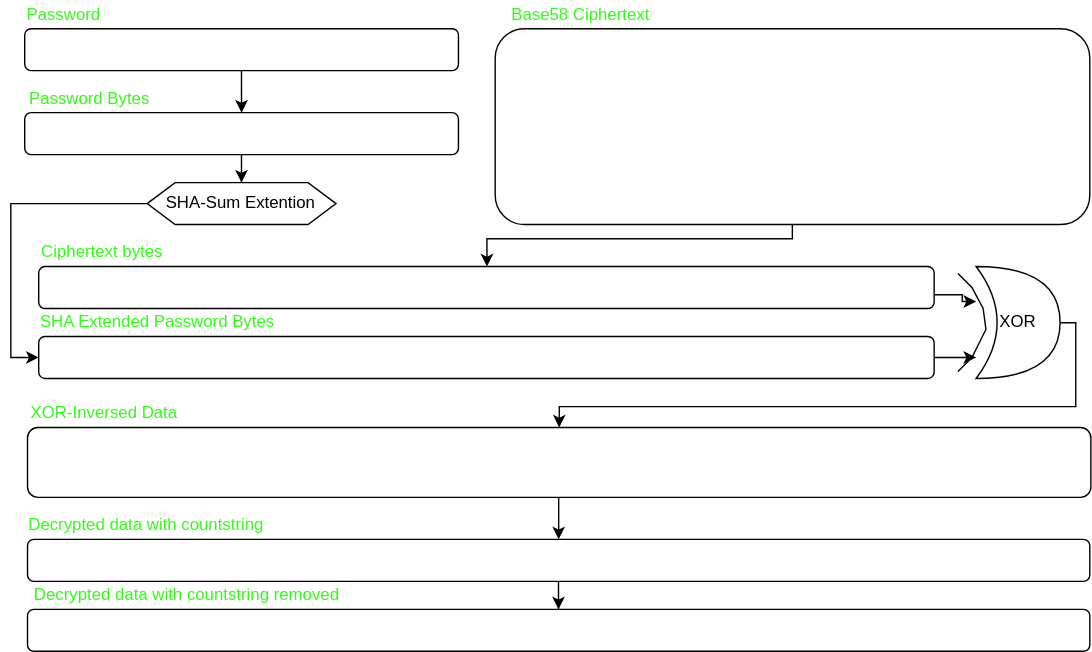
Above: aes256cbc/obf_1_decrypt_flowchart.drawio.svg in lenron/trustnet (draw.io), before the change. Source tidied: cells renumbered, new cells last; positions are measured from the earlier drawing's top-left corner, leaving out a move shared by most shapes.
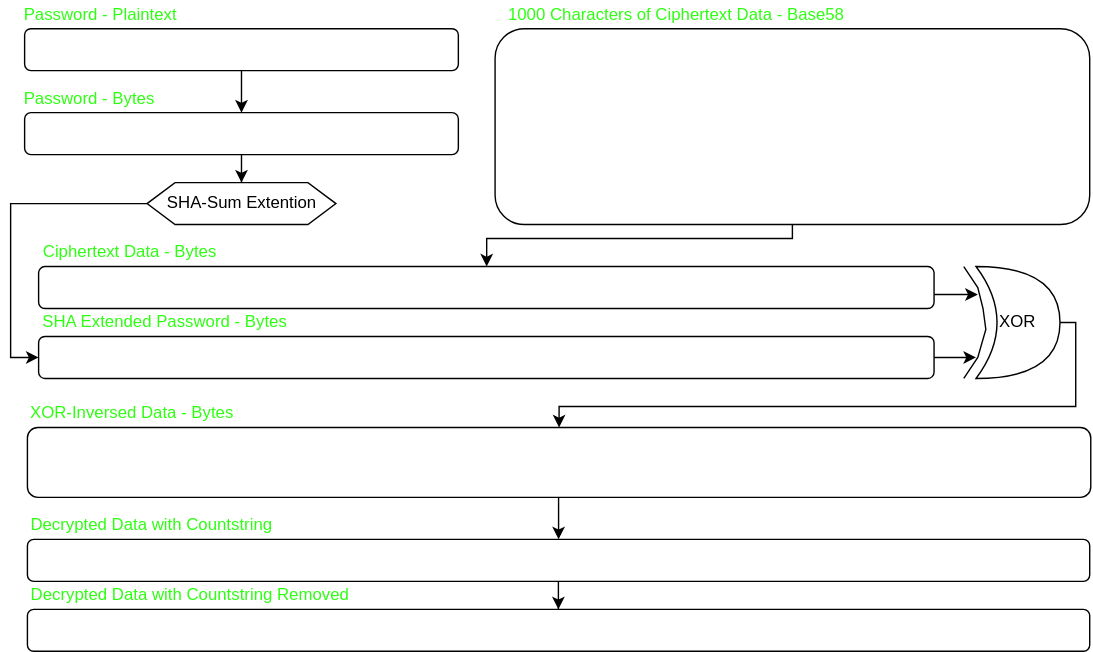
Later version of the same file.

Diff of the diagram source:
```diff
@@ -8,11 +8,11 @@
     <mxCell id="3" style="rounded=1;whiteSpace=wrap;html=1;" parent="1" vertex="1">
       <mxGeometry x="9.9" y="20" width="310" height="30" as="geometry" />
     </mxCell>
-    <mxCell id="4" value="&lt;font style=&quot;color: light-dark(rgb(46, 255, 18), rgb(46, 255, 18));&quot;&gt;Password&lt;/font&gt;" style="text;html=1;align=center;verticalAlign=middle;whiteSpace=wrap;rounded=0;" parent="1" vertex="1">
-      <mxGeometry x="7.9" width="60" height="20" as="geometry" />
+    <mxCell id="4" value="&lt;font style=&quot;color: light-dark(rgb(46, 255, 18), rgb(46, 255, 18));&quot;&gt;Password - Plaintext&lt;/font&gt;" style="text;html=1;align=center;verticalAlign=middle;whiteSpace=wrap;rounded=0;" parent="1" vertex="1">
+      <mxGeometry x="7.9" width="113.2" height="20" as="geometry" />
     </mxCell>
-    <mxCell id="5" value="&lt;font style=&quot;color: light-dark(rgb(46, 255, 18), rgb(46, 255, 18));&quot;&gt;SHA Extended Password Bytes&lt;/font&gt;" style="text;html=1;align=center;verticalAlign=middle;whiteSpace=wrap;rounded=0;" parent="1" vertex="1">
-      <mxGeometry x="19.9" y="220" width="170" height="20" as="geometry" />
+    <mxCell id="5" value="&lt;font style=&quot;color: light-dark(rgb(46, 255, 18), rgb(46, 255, 18));&quot;&gt;SHA Extended Password - Bytes&lt;/font&gt;" style="text;html=1;align=center;verticalAlign=middle;whiteSpace=wrap;rounded=0;" parent="1" vertex="1">
+      <mxGeometry x="19.9" y="220" width="181.2" height="20" as="geometry" />
     </mxCell>
     <mxCell id="6" style="edgeStyle=orthogonalEdgeStyle;rounded=0;jettySize=auto;html=1;entryX=0.5;entryY=0;entryDx=0;entryDy=0;" parent="1" edge="1" source="7" target="29">
       <mxGeometry relative="1" as="geometry">
@@ -28,20 +28,20 @@
     </mxCell>
     <mxCell id="8" style="endArrow=none;html=1;rounded=0;" parent="1" edge="1">
       <mxGeometry relative="1" as="geometry">
-        <mxPoint x="676.9" y="265" as="sourcePoint" />
-        <mxPoint x="676.9" y="195" as="targetPoint" />
+        <mxPoint x="681.2" y="270" as="sourcePoint" />
+        <mxPoint x="681.2" y="190" as="targetPoint" />
         <Array as="points">
-          <mxPoint x="686.9" y="255" />
+          <mxPoint x="691.2" y="255" />
           <mxPoint x="696.9" y="235" />
           <mxPoint x="694.9" y="220" />
-          <mxPoint x="686.9" y="205" />
+          <mxPoint x="691.2" y="205" />
         </Array>
       </mxGeometry>
     </mxCell>
     <mxCell id="9" style="edgeStyle=orthogonalEdgeStyle;rounded=0;jettySize=auto;html=1;" parent="1" edge="1" source="10" target="16">
       <mxGeometry relative="1" as="geometry">
         <Array as="points">
-          <mxPoint x="558.2" y="170" />
+          <mxPoint x="559.2" y="170" />
           <mxPoint x="340.2" y="170" />
         </Array>
       </mxGeometry>
@@ -49,11 +49,11 @@
     <mxCell id="10" style="rounded=1;whiteSpace=wrap;html=1;" parent="1" vertex="1">
       <mxGeometry x="346.2" y="20" width="425" height="140" as="geometry" />
     </mxCell>
-    <mxCell id="11" value="&lt;font style=&quot;color: light-dark(rgb(46, 255, 18), rgb(46, 255, 18));&quot;&gt;Base58 Ciphertext&lt;/font&gt;" style="text;html=1;align=center;verticalAlign=middle;whiteSpace=wrap;rounded=0;" parent="1" vertex="1">
-      <mxGeometry x="357.4" width="101.2" height="20" as="geometry" />
+    <mxCell id="11" value="&lt;font style=&quot;color: light-dark(rgb(46, 255, 18), rgb(46, 255, 18));&quot;&gt;1000 Characters of Ciphertext Data - Base58&lt;/font&gt;" style="text;html=1;align=center;verticalAlign=middle;whiteSpace=wrap;rounded=0;" parent="1" vertex="1">
+      <mxGeometry x="351.2" width="250" height="20" as="geometry" />
     </mxCell>
-    <mxCell id="12" value="&lt;font style=&quot;color: light-dark(rgb(46, 255, 18), rgb(46, 255, 18));&quot;&gt;Ciphertext bytes&lt;/font&gt;" style="text;html=1;align=center;verticalAlign=middle;whiteSpace=wrap;rounded=0;" parent="1" vertex="1">
-      <mxGeometry x="19.9" y="170" width="91.2" height="20" as="geometry" />
+    <mxCell id="12" value="&lt;font style=&quot;color: light-dark(rgb(46, 255, 18), rgb(46, 255, 18));&quot;&gt;Ciphertext Data - Bytes&lt;/font&gt;" style="text;html=1;align=center;verticalAlign=middle;whiteSpace=wrap;rounded=0;" parent="1" vertex="1">
+      <mxGeometry x="19.9" y="170" width="131.2" height="20" as="geometry" />
     </mxCell>
     <mxCell id="13" style="edgeStyle=orthogonalEdgeStyle;rounded=0;jettySize=auto;html=1;" parent="1" edge="1" source="14">
       <mxGeometry relative="1" as="geometry">
@@ -65,10 +65,9 @@
     </mxCell>
     <mxCell id="15" style="edgeStyle=orthogonalEdgeStyle;rounded=0;jettySize=auto;html=1;" parent="1" edge="1" source="16">
       <mxGeometry relative="1" as="geometry">
-        <mxPoint x="689.9" y="215" as="targetPoint" />
+        <mxPoint x="691.2" y="210" as="targetPoint" />
         <Array as="points">
-          <mxPoint x="679.9" y="210" />
-          <mxPoint x="679.9" y="215" />
+          <mxPoint x="691.2" y="210" />
         </Array>
       </mxGeometry>
     </mxCell>
@@ -81,7 +80,7 @@
     <mxCell id="18" style="rounded=1;whiteSpace=wrap;html=1;" parent="1" vertex="1">
       <mxGeometry x="9.9" y="80" width="310" height="30" as="geometry" />
     </mxCell>
-    <mxCell id="19" value="&lt;font style=&quot;color: light-dark(rgb(46, 255, 18), rgb(46, 255, 18));&quot;&gt;Password Bytes&lt;/font&gt;" style="text;html=1;align=center;verticalAlign=middle;whiteSpace=wrap;rounded=0;" parent="1" vertex="1">
+    <mxCell id="19" value="&lt;font style=&quot;color: light-dark(rgb(46, 255, 18), rgb(46, 255, 18));&quot;&gt;Password - Bytes&lt;/font&gt;" style="text;html=1;align=center;verticalAlign=middle;whiteSpace=wrap;rounded=0;" parent="1" vertex="1">
       <mxGeometry x="7.9" y="60" width="97" height="20" as="geometry" />
     </mxCell>
     <mxCell id="20" style="edgeStyle=orthogonalEdgeStyle;rounded=0;jettySize=auto;html=1;entryX=0;entryY=0.5;entryDx=0;entryDy=0;" parent="1" edge="1" source="21" target="14">
@@ -97,7 +96,7 @@
     </mxCell>
     <mxCell id="22" style="edgeStyle=orthogonalEdgeStyle;rounded=0;jettySize=auto;html=1;entryX=0.5;entryY=0;entryDx=0;entryDy=0;" parent="1" edge="1" target="24">
       <mxGeometry relative="1" as="geometry">
-        <mxPoint x="391.6" y="355" as="sourcePoint" />
+        <mxPoint x="391.5" y="355" as="sourcePoint" />
       </mxGeometry>
     </mxCell>
     <mxCell id="23" style="edgeStyle=orthogonalEdgeStyle;rounded=0;jettySize=auto;html=1;" parent="1" edge="1" source="24" target="26">
@@ -106,17 +105,17 @@
     <mxCell id="24" style="rounded=1;whiteSpace=wrap;html=1;" parent="1" vertex="1">
       <mxGeometry x="11.9" y="385" width="759.2" height="30" as="geometry" />
     </mxCell>
-    <mxCell id="25" value="&lt;font style=&quot;color: light-dark(rgb(46, 255, 18), rgb(46, 255, 18));&quot;&gt;Decrypted data with countstring&lt;/font&gt;" style="text;html=1;align=center;verticalAlign=middle;whiteSpace=wrap;rounded=0;" parent="1" vertex="1">
-      <mxGeometry x="7.9" y="365" width="177.5" height="20" as="geometry" />
+    <mxCell id="25" value="&lt;font style=&quot;color: light-dark(rgb(46, 255, 18), rgb(46, 255, 18));&quot;&gt;Decrypted Data with Countstring&lt;/font&gt;" style="text;html=1;align=center;verticalAlign=middle;whiteSpace=wrap;rounded=0;" parent="1" vertex="1">
+      <mxGeometry x="11.9" y="365" width="177.5" height="20" as="geometry" />
     </mxCell>
     <mxCell id="26" style="rounded=1;whiteSpace=wrap;html=1;" parent="1" vertex="1">
       <mxGeometry x="11.9" y="435" width="759.2" height="30" as="geometry" />
     </mxCell>
-    <mxCell id="27" value="&lt;font style=&quot;color: light-dark(rgb(46, 255, 18), rgb(46, 255, 18));&quot;&gt;Decrypted data with countstring removed&lt;/font&gt;" style="text;html=1;align=center;verticalAlign=middle;whiteSpace=wrap;rounded=0;" parent="1" vertex="1">
-      <mxGeometry x="11.9" y="415" width="228" height="20" as="geometry" />
+    <mxCell id="27" value="&lt;font style=&quot;color: light-dark(rgb(46, 255, 18), rgb(46, 255, 18));&quot;&gt;Decrypted Data with Countstring Removed&lt;/font&gt;" style="text;html=1;align=center;verticalAlign=middle;whiteSpace=wrap;rounded=0;" parent="1" vertex="1">
+      <mxGeometry x="8.5" y="415" width="239.2" height="20" as="geometry" />
     </mxCell>
-    <mxCell id="28" value="&lt;font style=&quot;color: light-dark(rgb(46, 255, 18), rgb(46, 255, 18));&quot;&gt;XOR-Inversed Data&lt;/font&gt;" style="text;html=1;align=center;verticalAlign=middle;whiteSpace=wrap;rounded=0;" parent="1" vertex="1">
-      <mxGeometry x="13.1" y="285" width="108.1" height="20" as="geometry" />
+    <mxCell id="28" value="&lt;font style=&quot;color: light-dark(rgb(46, 255, 18), rgb(46, 255, 18));&quot;&gt;XOR-Inversed Data - Bytes&lt;/font&gt;" style="text;html=1;align=center;verticalAlign=middle;whiteSpace=wrap;rounded=0;" parent="1" vertex="1">
+      <mxGeometry x="13" y="285" width="148.1" height="20" as="geometry" />
     </mxCell>
     <mxCell id="29" style="rounded=1;whiteSpace=wrap;html=1;" parent="1" vertex="1">
       <mxGeometry x="11.9" y="305" width="760" height="50" as="geometry" />
```
